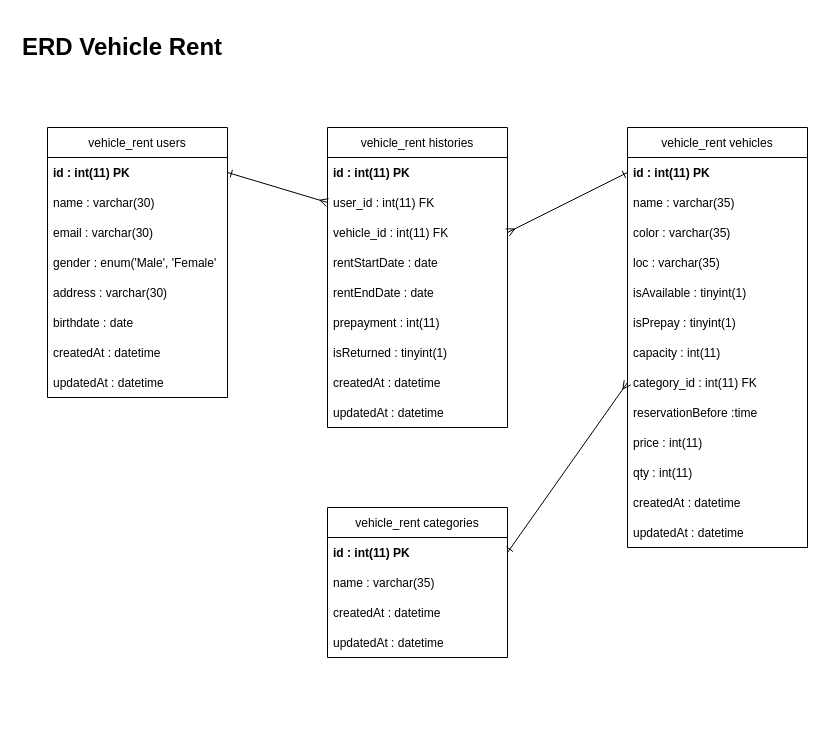
The draw.io diagram page "ERD" (2 of 2) of vehicleRent.drawio in aviantofan/fw5-backend-beginner, before the edit. Source tidied: cells renumbered, new cells numbered last; positions are measured from the earlier drawing's top-left corner, leaving out a move shared by most shapes. Both pictures are drawn from the tidied source at 100%, with x=0, y=0 at pixel (17, 27).
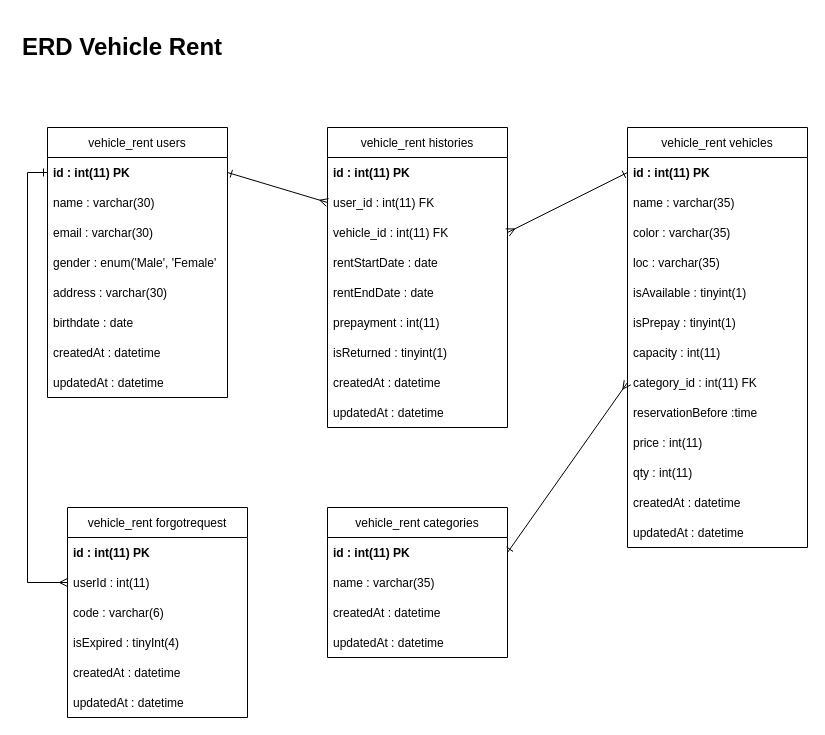
The same page after the edit.

The change refers to these unchanged cells:
```xml
<mxCell id="4" value="id : int(11) PK" style="text;strokeColor=none;fillColor=none;align=left;verticalAlign=middle;spacingLeft=4;spacingRight=4;overflow=hidden;points=[[0,0.5],[1,0.5]];portConstraint=eastwest;fontStyle=1;" parent="3" vertex="1">
  <mxGeometry y="30" width="180" height="30" as="geometry" />
</mxCell>
```

What changed in the source:
```diff
@@
+    <mxCell id="44" value="vehicle_rent forgotrequest" style="swimlane;fontStyle=0;horizontal=1;startSize=30;" parent="1" vertex="1">
+      <mxGeometry x="50" y="480" width="180" height="210" as="geometry" />
+    </mxCell>
+    <mxCell id="45" value="id : int(11) PK" style="text;strokeColor=none;fillColor=none;align=left;verticalAlign=middle;spacingLeft=4;spacingRight=4;overflow=hidden;fontStyle=1;" parent="44" vertex="1">
+      <mxGeometry y="30" width="180" height="30" as="geometry" />
+    </mxCell>
+    <mxCell id="46" value="userId : int(11)" style="text;strokeColor=none;fillColor=none;align=left;verticalAlign=middle;spacingLeft=4;spacingRight=4;overflow=hidden;points=[[0,0.5],[1,0.5]];portConstraint=eastwest;" parent="44" vertex="1">
+      <mxGeometry y="60" width="180" height="30" as="geometry" />
+    </mxCell>
+    <mxCell id="47" value="code : varchar(6)" style="text;strokeColor=none;fillColor=none;align=left;verticalAlign=middle;spacingLeft=4;spacingRight=4;overflow=hidden;" parent="44" vertex="1">
+      <mxGeometry y="90" width="180" height="30" as="geometry" />
+    </mxCell>
+    <mxCell id="48" value="isExpired : tinyInt(4)" style="text;strokeColor=none;fillColor=none;align=left;verticalAlign=middle;spacingLeft=4;spacingRight=4;overflow=hidden;" parent="44" vertex="1">
+      <mxGeometry y="120" width="180" height="30" as="geometry" />
+    </mxCell>
+    <mxCell id="49" value="createdAt : datetime" style="text;strokeColor=none;fillColor=none;align=left;verticalAlign=middle;spacingLeft=4;spacingRight=4;overflow=hidden;" parent="44" vertex="1">
+      <mxGeometry y="150" width="180" height="30" as="geometry" />
+    </mxCell>
+    <mxCell id="50" value="updatedAt : datetime" style="text;strokeColor=none;fillColor=none;align=left;verticalAlign=middle;spacingLeft=4;spacingRight=4;overflow=hidden;" parent="44" vertex="1">
+      <mxGeometry y="180" width="180" height="30" as="geometry" />
+    </mxCell>
+    <mxCell id="51" style="edgeStyle=orthogonalEdgeStyle;rounded=0;jettySize=auto;html=1;exitX=0;exitY=0.5;exitDx=0;exitDy=0;entryX=0;entryY=0.5;entryDx=0;entryDy=0;startArrow=ERone;startFill=0;endArrow=ERmany;endFill=0;" parent="1" edge="1" source="4" target="46">
+      <mxGeometry relative="1" as="geometry" />
+    </mxCell>
```
